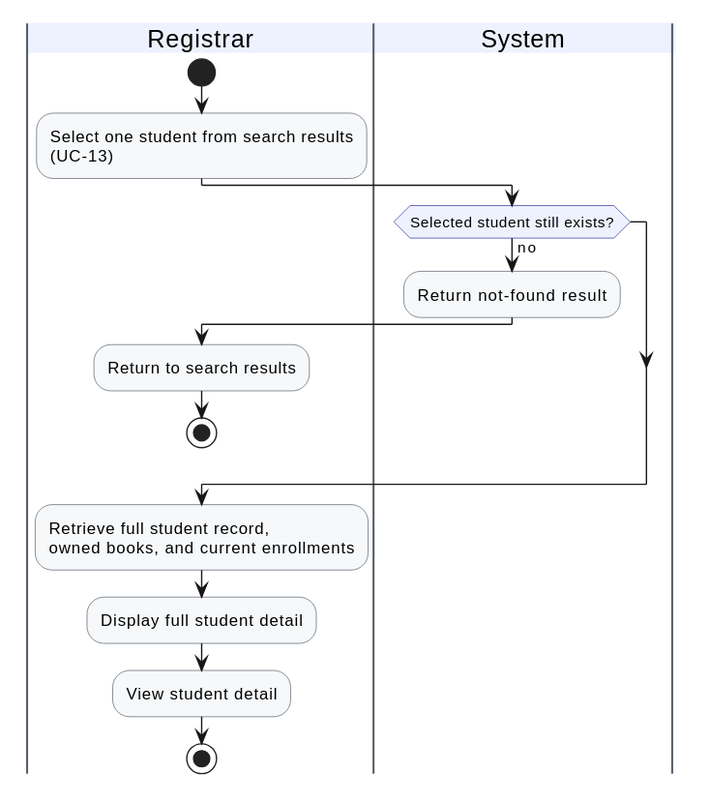
Earlier version of the PlantUML export docs/BA-docs/activity-diagram-assets/uc17-view-student-detail.svg (phuchoang2005/Student-Management-System).
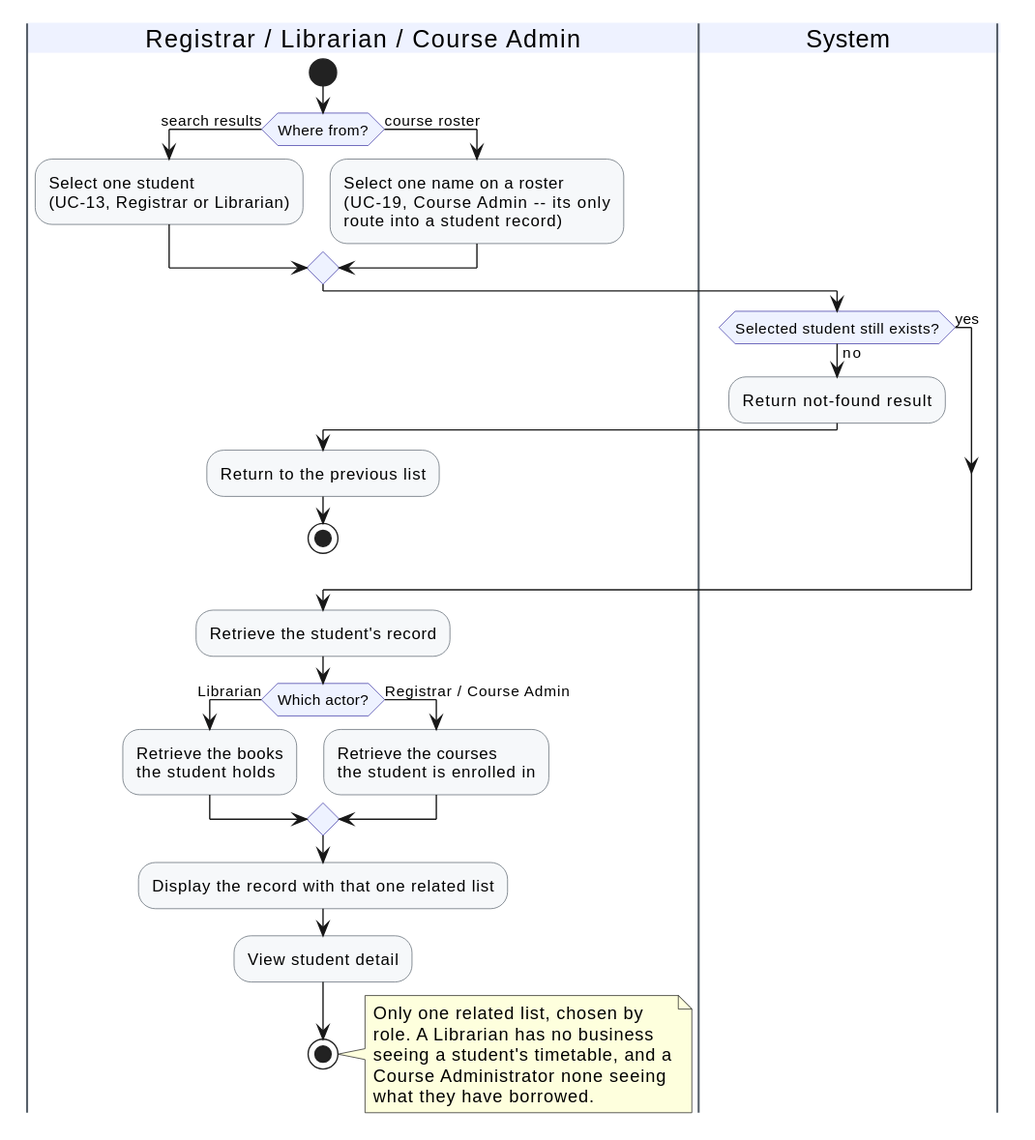
The same file after the commit.

What changed in the source:
```diff
@@ -11,21 +11,39 @@
   TitleBackgroundColor #EEF2FF
 }
 
-|Registrar|
+|Registrar / Librarian / Course Admin|
 start
-:Select one student from search results\n(UC-13);
+if (Where from?) then (search results)
+  :Select one student\n(UC-13, Registrar or Librarian);
+else (course roster)
+  :Select one name on a roster\n(UC-19, Course Admin -- its only\nroute into a student record);
+endif
 
 |System|
 if (Selected student still exists?) then (no)
   :Return not-found result;
-  |Registrar|
-  :Return to search results;
+  |Registrar / Librarian / Course Admin|
+  :Return to the previous list;
   stop
+else (yes)
 endif
-:Retrieve full student record,\nowned books, and current enrollments;
-:Display full student detail;
+:Retrieve the student's record;
+if (Which actor?) then (Librarian)
+  :Retrieve the books\nthe student holds;
+else (Registrar / Course Admin)
+  :Retrieve the courses\nthe student is enrolled in;
+endif
+:Display the record with that one related list;
 
-|Registrar|
+|Registrar / Librarian / Course Admin|
 :View student detail;
 stop
+
+note right
+  Only one related list, chosen by
+  role. A Librarian has no business
+  seeing a student's timetable, and a
+  Course Administrator none seeing
+  what they have borrowed.
+end note
 @enduml
```
